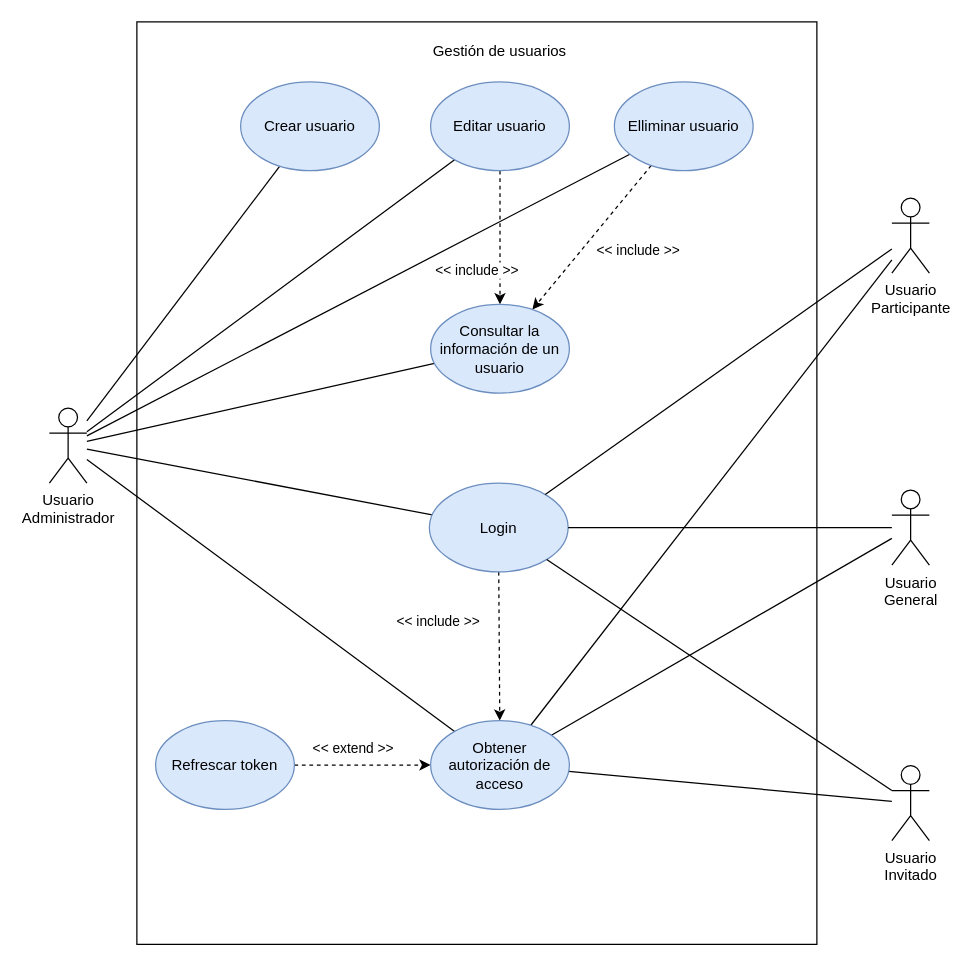
Before: diseno/sistema/CU/usuarios.drawio in corderop/TFG, a draw.io diagram. Source tidied: cells renumbered, new cells numbered last; positions are measured from the earlier drawing's top-left corner, leaving out a move shared by most shapes. Both pictures are drawn from the tidied source at 125%, with x=0, y=0 at pixel (49, 21).
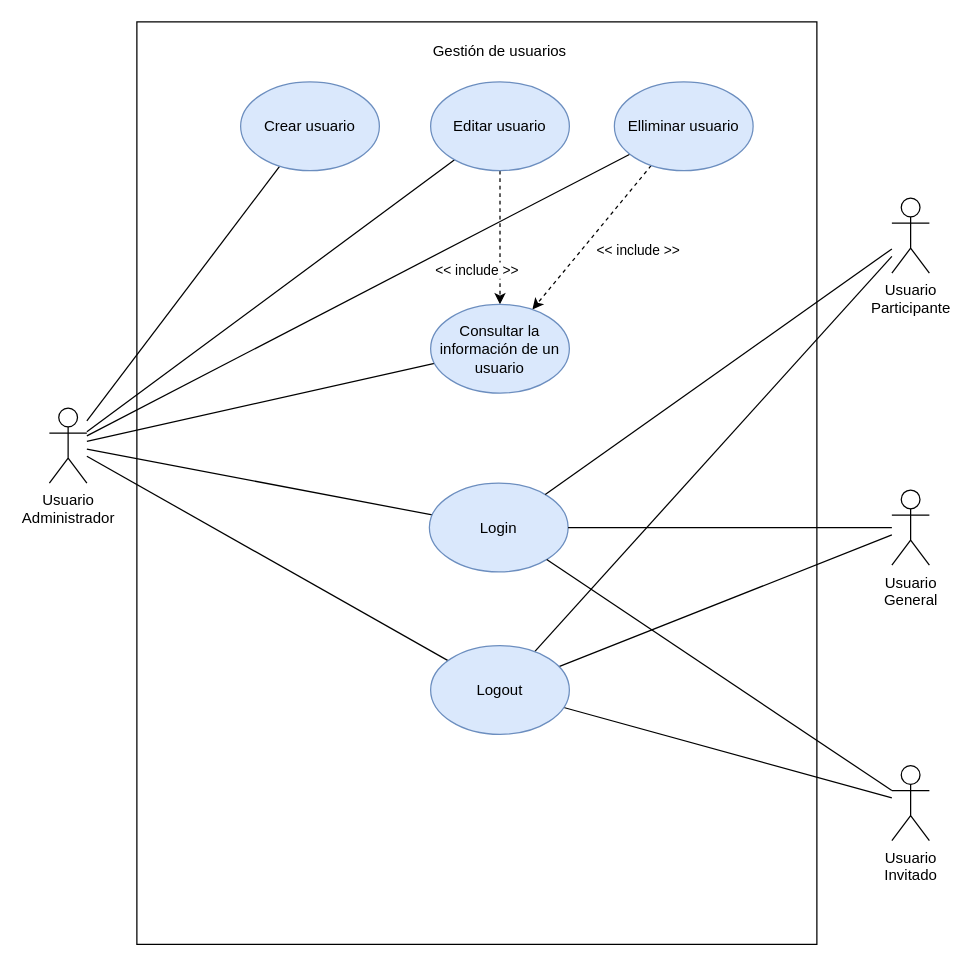
The same page after the edit.

Unchanged cells that the change refers to:
```xml
<mxCell id="19" value="Login" style="ellipse;whiteSpace=wrap;html=1;fillColor=#dae8fc;strokeColor=#6c8ebf;" parent="1" vertex="1">
  <mxGeometry x="304" y="369" width="111" height="71" as="geometry" />
</mxCell>
```

Change to the diagram source:
```diff
@@
-    <mxCell id="17" style="edgeStyle=none;rounded=0;jettySize=auto;html=1;endArrow=classic;endFill=1;dashed=1;" parent="1" edge="1" source="19" target="34">
-      <mxGeometry relative="1" as="geometry" />
-    </mxCell>
-    <mxCell id="18" value="&amp;lt;&amp;lt; include &amp;gt;&amp;gt;" style="edgeLabel;html=1;align=center;verticalAlign=middle;" parent="17" vertex="1">
-      <mxGeometry x="0.53" y="-3" relative="1" as="geometry">
-        <mxPoint x="-47.1" y="-52" as="offset" />
-      </mxGeometry>
-    </mxCell>
@@
-    <mxCell id="20" style="edgeStyle=none;rounded=0;jettySize=auto;html=1;dashed=1;" parent="1" edge="1" source="22" target="34">
-      <mxGeometry relative="1" as="geometry" />
-    </mxCell>
-    <mxCell id="21" value="&amp;lt;&amp;lt; extend &amp;gt;&amp;gt;" style="edgeLabel;html=1;align=center;verticalAlign=middle;" parent="20" vertex="1">
-      <mxGeometry x="-0.34" y="-2" relative="1" as="geometry">
-        <mxPoint x="10" y="-16.1" as="offset" />
-      </mxGeometry>
-    </mxCell>
-    <mxCell id="22" value="Refrescar token" style="ellipse;whiteSpace=wrap;html=1;fillColor=#dae8fc;strokeColor=#6c8ebf;" parent="1" vertex="1">
-      <mxGeometry x="85" y="559" width="111" height="71" as="geometry" />
-    </mxCell>
@@
-    <mxCell id="34" value="Obtener autorización de acceso" style="ellipse;whiteSpace=wrap;html=1;fillColor=#dae8fc;strokeColor=#6c8ebf;" parent="1" vertex="1">
-      <mxGeometry x="305" y="559" width="111" height="71" as="geometry" />
+    <mxCell id="34" value="Logout" style="ellipse;whiteSpace=wrap;html=1;fillColor=#dae8fc;strokeColor=#6c8ebf;" parent="1" vertex="1">
+      <mxGeometry x="305" y="499" width="111" height="71" as="geometry" />
     </mxCell>
```
